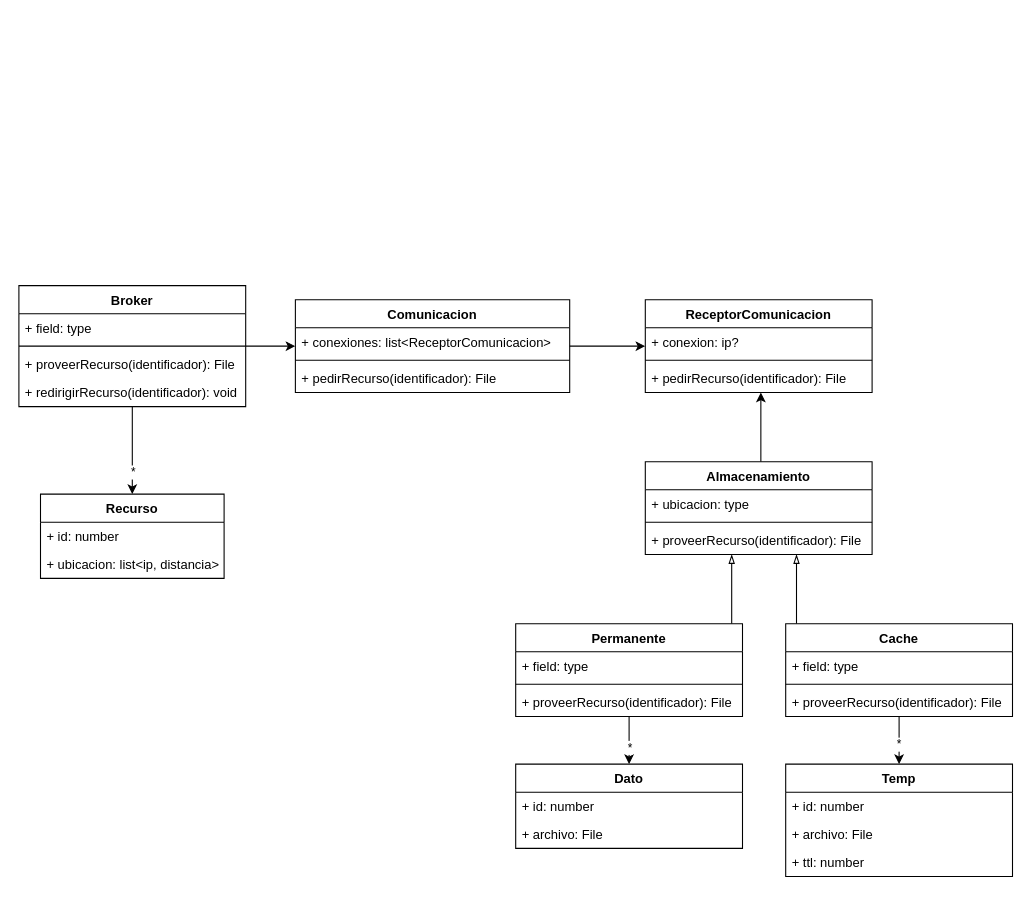
Above: page "clases" (2 of 3) of diagramas/diagramas.drawio in dhasane/gestor-informacion (draw.io), before the change. Source tidied: cells renumbered, new cells numbered last; positions are measured from the earlier drawing's top-left corner, leaving out a move shared by most shapes. Both pictures are drawn from the tidied source at 108%, with x=0, y=0 at pixel (18, 285).
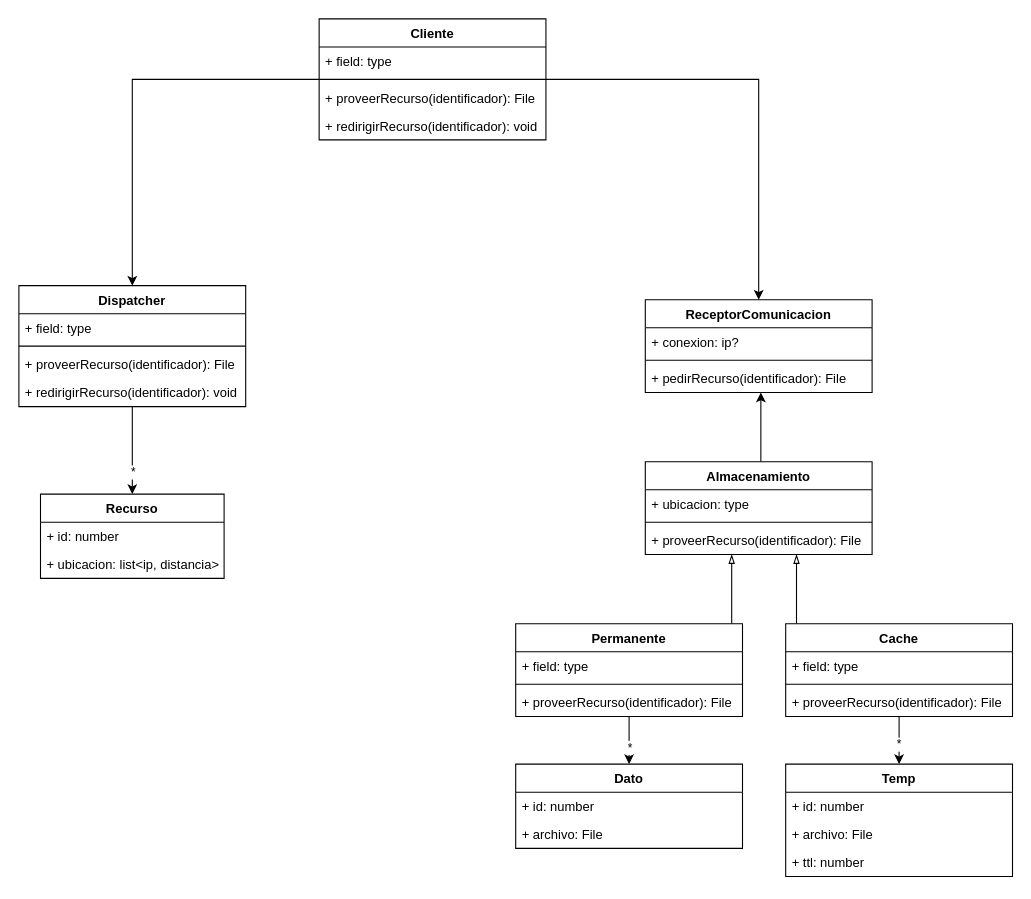
The same page after the edit.

Unchanged cells that the change refers to:
```xml
<mxCell id="29" value="ReceptorComunicacion" style="swimlane;fontStyle=1;align=center;verticalAlign=top;horizontal=1;startSize=26;" parent="1" vertex="1">
  <mxGeometry x="580" y="13" width="210" height="86" as="geometry" />
</mxCell>
```

Change to the diagram source:
```diff
@@
-    <mxCell id="4" style="edgeStyle=orthogonalEdgeStyle;rounded=0;jettySize=auto;html=1;" parent="1" edge="1" source="5" target="11">
-      <mxGeometry relative="1" as="geometry" />
-    </mxCell>
-    <mxCell id="5" value="Broker" style="swimlane;fontStyle=1;align=center;verticalAlign=top;horizontal=1;startSize=26;" parent="1" vertex="1">
+    <mxCell id="5" value="Dispatcher" style="swimlane;fontStyle=1;align=center;verticalAlign=top;horizontal=1;startSize=26;" parent="1" vertex="1">
       <mxGeometry width="210" height="112" as="geometry" />
     </mxCell>
@@
-    <mxCell id="10" style="edgeStyle=orthogonalEdgeStyle;rounded=0;jettySize=auto;html=1;startArrow=none;startFill=0;endArrow=classic;endFill=1;" parent="1" edge="1" source="11" target="29">
-      <mxGeometry relative="1" as="geometry" />
-    </mxCell>
-    <mxCell id="11" value="Comunicacion" style="swimlane;fontStyle=1;align=center;verticalAlign=top;horizontal=1;startSize=26;" parent="1" vertex="1">
-      <mxGeometry x="256" y="13" width="254" height="86" as="geometry" />
-    </mxCell>
-    <mxCell id="12" value="+ conexiones: list&lt;ReceptorComunicacion&gt;" style="text;strokeColor=none;fillColor=none;align=left;verticalAlign=top;spacingLeft=4;spacingRight=4;overflow=hidden;" parent="11" vertex="1">
-      <mxGeometry y="26" width="254" height="26" as="geometry" />
-    </mxCell>
-    <mxCell id="13" style="line;strokeWidth=1;fillColor=none;align=left;verticalAlign=middle;spacingTop=-1;spacingLeft=3;spacingRight=3;labelPosition=right;" parent="11" vertex="1">
-      <mxGeometry y="52" width="254" height="8" as="geometry" />
-    </mxCell>
-    <mxCell id="14" value="+ pedirRecurso(identificador): File" style="text;strokeColor=none;fillColor=none;align=left;verticalAlign=top;spacingLeft=4;spacingRight=4;overflow=hidden;" parent="11" vertex="1">
-      <mxGeometry y="60" width="254" height="26" as="geometry" />
-    </mxCell>
@@
+    <mxCell id="48" style="edgeStyle=orthogonalEdgeStyle;rounded=0;jettySize=auto;html=1;" parent="1" edge="1" source="50" target="5">
+      <mxGeometry relative="1" as="geometry" />
+    </mxCell>
+    <mxCell id="49" style="edgeStyle=orthogonalEdgeStyle;rounded=0;jettySize=auto;html=1;" parent="1" edge="1" source="50" target="29">
+      <mxGeometry relative="1" as="geometry" />
+    </mxCell>
+    <mxCell id="50" value="Cliente" style="swimlane;fontStyle=1;align=center;verticalAlign=top;horizontal=1;startSize=26;" parent="1" vertex="1">
+      <mxGeometry x="278" y="-247" width="210" height="112" as="geometry" />
+    </mxCell>
+    <mxCell id="51" value="+ field: type" style="text;strokeColor=none;fillColor=none;align=left;verticalAlign=top;spacingLeft=4;spacingRight=4;overflow=hidden;" parent="50" vertex="1">
+      <mxGeometry y="26" width="210" height="26" as="geometry" />
+    </mxCell>
+    <mxCell id="52" style="line;strokeWidth=1;fillColor=none;align=left;verticalAlign=middle;spacingTop=-1;spacingLeft=3;spacingRight=3;labelPosition=right;" parent="50" vertex="1">
+      <mxGeometry y="52" width="210" height="8" as="geometry" />
+    </mxCell>
+    <mxCell id="53" value="+ proveerRecurso(identificador): File" style="text;strokeColor=none;fillColor=none;align=left;verticalAlign=top;spacingLeft=4;spacingRight=4;overflow=hidden;" parent="50" vertex="1">
+      <mxGeometry y="60" width="210" height="26" as="geometry" />
+    </mxCell>
+    <mxCell id="54" value="+ redirigirRecurso(identificador): void" style="text;strokeColor=none;fillColor=none;align=left;verticalAlign=top;spacingLeft=4;spacingRight=4;overflow=hidden;" parent="50" vertex="1">
+      <mxGeometry y="86" width="210" height="26" as="geometry" />
+    </mxCell>
```
